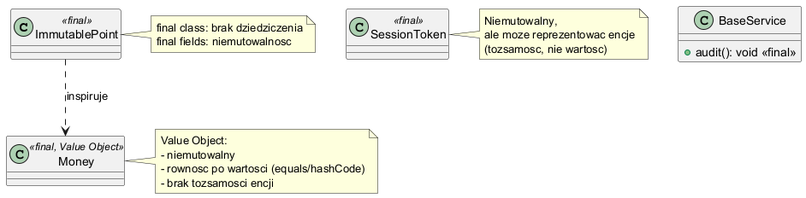
Earlier version of the PlantUML export 02_OOP/src/_03-dziedziczenie/09-final/diagrams/final_usage.png (tborzyszkowski/oop-concepts-java).
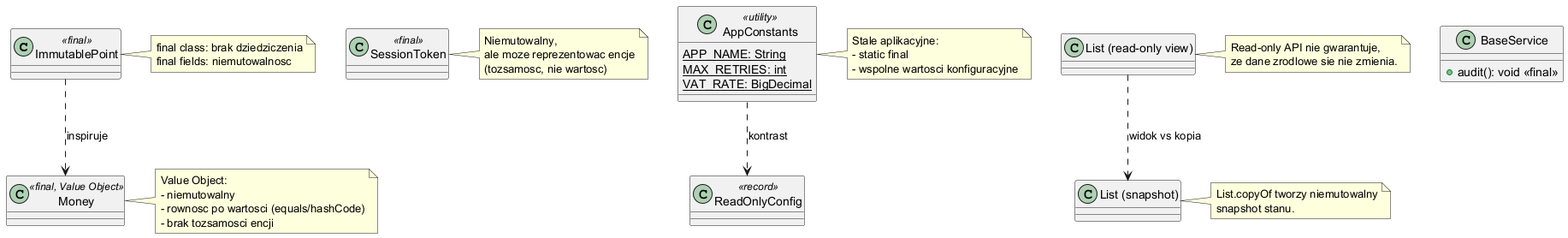
After the change.

Commit message:
Add AppConstants and ReadOnlyConfig classes: implement constants and read-only patterns; enhance README with distinctions between constants and read-only objects

Diff of the diagram source:
```diff
@@ -5,8 +5,18 @@
   +audit(): void <<final>>
 }
 class SessionToken <<final>>
+class AppConstants <<utility>> {
+  {static} APP_NAME: String
+  {static} MAX_RETRIES: int
+  {static} VAT_RATE: BigDecimal
+}
+class ReadOnlyConfig <<record>>
+class "List (read-only view)" as ReadOnlyView
+class "List (snapshot)" as SnapshotList
 
 ImmutablePoint ..> Money : inspiruje
+AppConstants ..> ReadOnlyConfig : kontrast
+ReadOnlyView ..> SnapshotList : widok vs kopia
 note right of ImmutablePoint
 final class: brak dziedziczenia
 final fields: niemutowalnosc
@@ -24,4 +34,20 @@
 ale moze reprezentowac encje
 (tozsamosc, nie wartosc)
 end note
+
+note right of AppConstants
+Stale aplikacyjne:
+- static final
+- wspolne wartosci konfiguracyjne
+end note
+
+note right of ReadOnlyView
+Read-only API nie gwarantuje,
+ze dane zrodlowe sie nie zmienia.
+end note
+
+note right of SnapshotList
+List.copyOf tworzy niemutowalny
+snapshot stanu.
+end note
 @enduml
```
